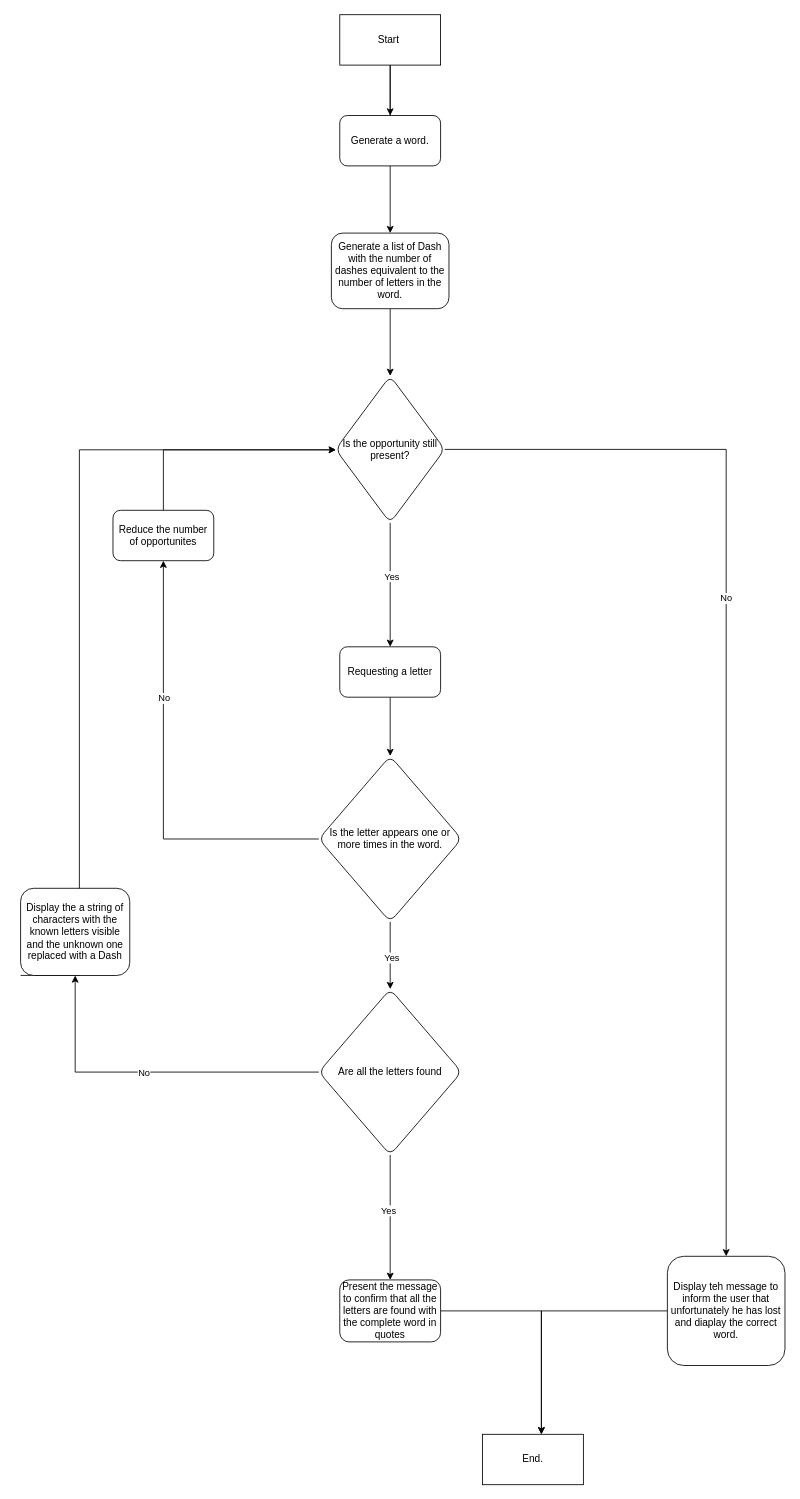
The draw.io diagram Untitled Diagram.drawio in Phil-Sipec/100-days-Python, before the edit. Source tidied: cells renumbered, new cells numbered last; positions are measured from the earlier drawing's top-left corner, leaving out a move shared by most shapes. Both pictures are drawn from the tidied source at 84%, with x=0, y=0 at pixel (20, 14).
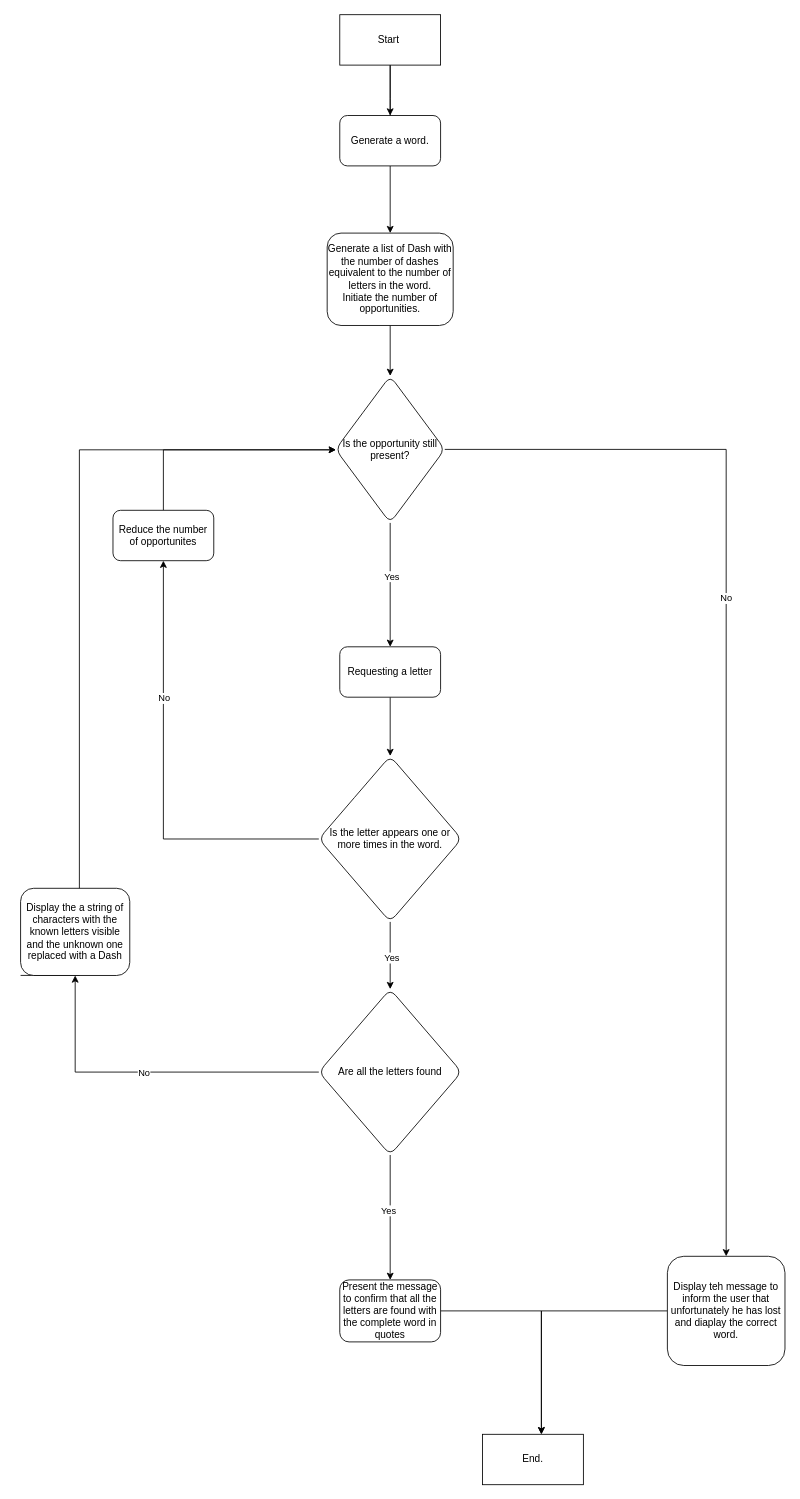
The same diagram, later.

The edit, as a diff of the source:
```diff
@@
-    <mxCell id="8" value="Generate a list of Dash with the number of dashes equivalent to the number of letters in the word." style="rounded=1;whiteSpace=wrap;html=1;" parent="1" vertex="1">
-      <mxGeometry x="370" y="260" width="140" height="90" as="geometry" />
+    <mxCell id="8" value="Generate a list of Dash with the number of dashes equivalent to the number of letters in the word.&lt;br&gt;Initiate the number of opportunities." style="rounded=1;whiteSpace=wrap;html=1;" parent="1" vertex="1">
+      <mxGeometry x="365" y="260" width="150" height="110" as="geometry" />
     </mxCell>
```
